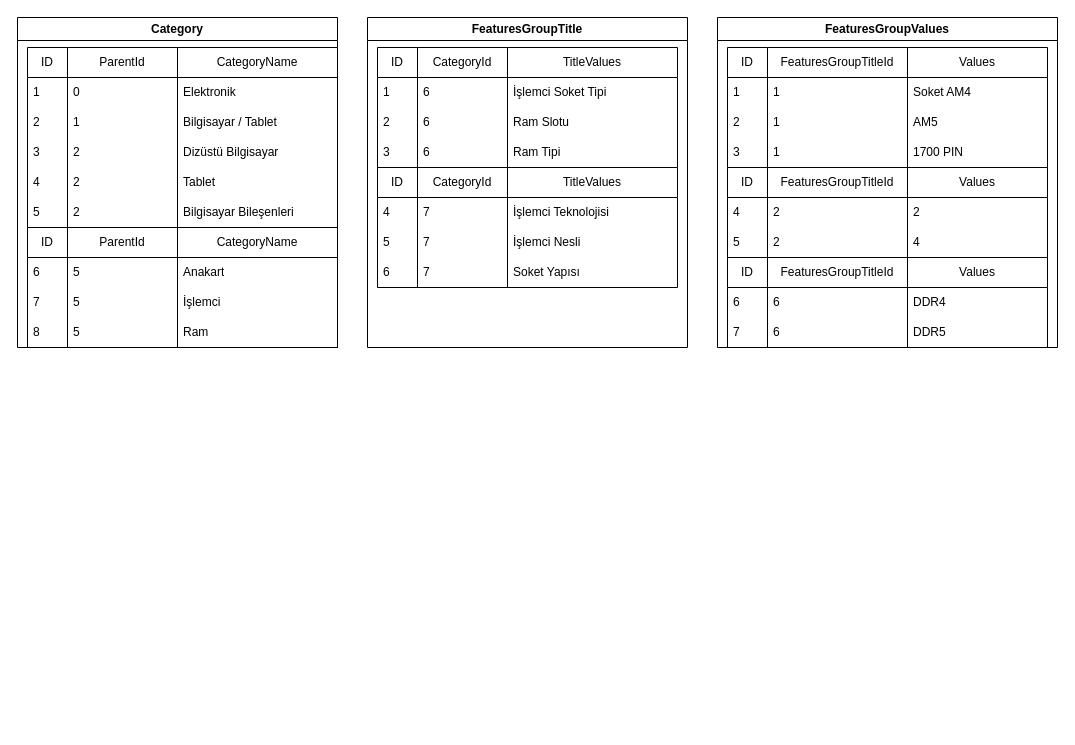
recepseyis/Draw.io keeps this draw.io diagram as Başlıksız Diyagram.drawio. Above is the earlier version. Source tidied: cells renumbered, new cells numbered last; positions are measured from the earlier drawing's top-left corner, leaving out a move shared by most shapes. Both pictures are drawn from the tidied source at 100%, with x=0, y=0 at pixel (17, 17).
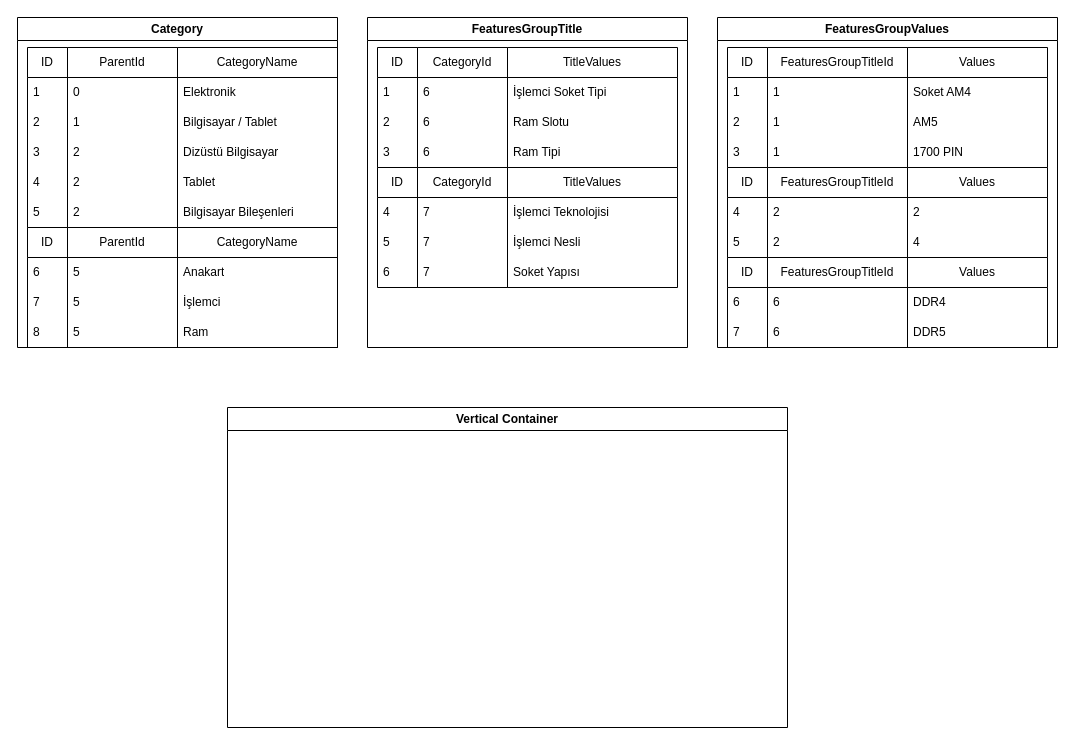
The same page after the edit.

Diff of the diagram source:
```diff
@@
+    <mxCell id="89" value="Vertical Container" style="swimlane;whiteSpace=wrap;html=1;" parent="1" vertex="1">
+      <mxGeometry x="210" y="390" width="560" height="320" as="geometry" />
+    </mxCell>
```
